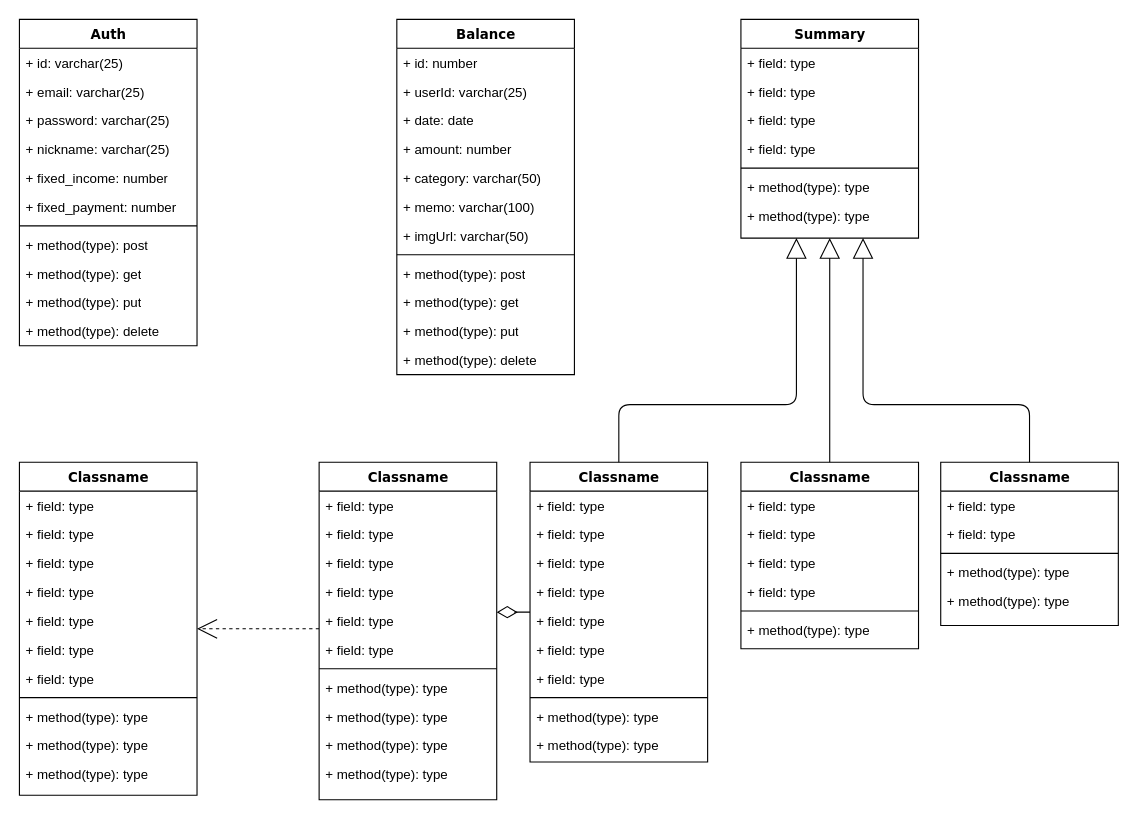
Before: 제목 없는 다이어그램.drawio in KB-samwamoney/samwamoney, a draw.io diagram. Source tidied: cells renumbered, new cells numbered last; positions are measured from the earlier drawing's top-left corner, leaving out a move shared by most shapes. Both pictures are drawn from the tidied source at 111%, with x=0, y=0 at pixel (19, 19).
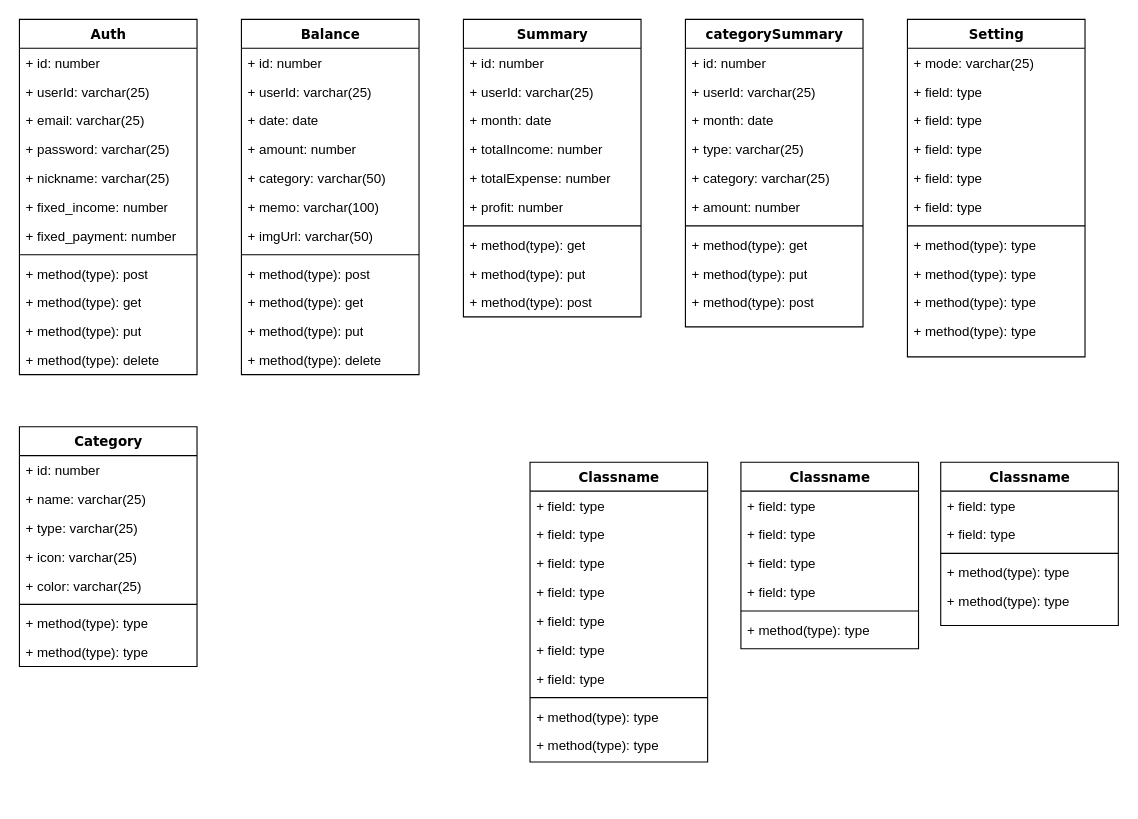
Above is the later version.

Commit message (it also covers changes not shown here):
제목 없는 다이어그램.drawio 업데이트

Unchanged cells that the change refers to:
```xml
<mxCell id="62" value="Classname" style="swimlane;html=1;fontStyle=1;align=center;verticalAlign=top;horizontal=1;startSize=26;swimlaneFillColor=#ffffff;rounded=0;shadow=0;comic=0;labelBackgroundColor=none;strokeWidth=1;fillColor=none;fontFamily=Verdana;fontSize=12;" parent="1" vertex="1">
  <mxGeometry x="460" y="399" width="160" height="270" as="geometry" />
</mxCell>
<mxCell id="74" value="Classname" style="swimlane;html=1;fontStyle=1;align=center;verticalAlign=top;horizontal=1;startSize=26;swimlaneFillColor=#ffffff;rounded=0;shadow=0;comic=0;labelBackgroundColor=none;strokeWidth=1;fillColor=none;fontFamily=Verdana;fontSize=12;" parent="1" vertex="1">
  <mxGeometry x="650" y="399" width="160" height="168" as="geometry" />
</mxCell>
<mxCell id="82" value="Classname" style="swimlane;html=1;fontStyle=1;align=center;verticalAlign=top;horizontal=1;startSize=26;swimlaneFillColor=#ffffff;rounded=0;shadow=0;comic=0;labelBackgroundColor=none;strokeWidth=1;fillColor=none;fontFamily=Verdana;fontSize=12;" parent="1" vertex="1">
  <mxGeometry x="830" y="399" width="160" height="147" as="geometry" />
</mxCell>
```

What changed in the source:
```diff
@@
     <mxCell id="2" value="Auth" style="swimlane;html=1;fontStyle=1;align=center;verticalAlign=top;horizontal=1;startSize=26;swimlaneFillColor=#ffffff;rounded=0;shadow=0;comic=0;labelBackgroundColor=none;strokeWidth=1;fillColor=none;fontFamily=Verdana;fontSize=12;" parent="1" vertex="1">
-      <mxGeometry width="160" height="294" as="geometry" />
+      <mxGeometry width="160" height="320" as="geometry" />
     </mxCell>
+    <mxCell id="88" value="+ id: number" style="text;html=1;strokeColor=none;fillColor=none;align=left;verticalAlign=top;spacingLeft=4;spacingRight=4;whiteSpace=wrap;overflow=hidden;" parent="2" vertex="1">
+      <mxGeometry y="26" width="160" height="26" as="geometry" />
+    </mxCell>
-    <mxCell id="3" value="+ id: varchar(25)" style="text;html=1;strokeColor=none;fillColor=none;align=left;verticalAlign=top;spacingLeft=4;spacingRight=4;whiteSpace=wrap;overflow=hidden;" parent="2" vertex="1">
-      <mxGeometry y="26" width="160" height="26" as="geometry" />
+    <mxCell id="3" value="+ userId: varchar(25)" style="text;html=1;strokeColor=none;fillColor=none;align=left;verticalAlign=top;spacingLeft=4;spacingRight=4;whiteSpace=wrap;overflow=hidden;" parent="2" vertex="1">
+      <mxGeometry y="52" width="160" height="26" as="geometry" />
     </mxCell>
     <mxCell id="4" value="+ email: varchar(25)" style="text;html=1;strokeColor=none;fillColor=none;align=left;verticalAlign=top;spacingLeft=4;spacingRight=4;whiteSpace=wrap;overflow=hidden;" parent="2" vertex="1">
-      <mxGeometry y="52" width="160" height="26" as="geometry" />
+      <mxGeometry y="78" width="160" height="26" as="geometry" />
     </mxCell>
     <mxCell id="5" value="+ password: varchar(25)" style="text;html=1;strokeColor=none;fillColor=none;align=left;verticalAlign=top;spacingLeft=4;spacingRight=4;whiteSpace=wrap;overflow=hidden;" parent="2" vertex="1">
-      <mxGeometry y="78" width="160" height="26" as="geometry" />
+      <mxGeometry y="104" width="160" height="26" as="geometry" />
     </mxCell>
     <mxCell id="6" value="+ nickname: varchar(25)" style="text;html=1;strokeColor=none;fillColor=none;align=left;verticalAlign=top;spacingLeft=4;spacingRight=4;whiteSpace=wrap;overflow=hidden;" parent="2" vertex="1">
-      <mxGeometry y="104" width="160" height="26" as="geometry" />
+      <mxGeometry y="130" width="160" height="26" as="geometry" />
     </mxCell>
     <mxCell id="7" value="+ fixed_income: number" style="text;html=1;strokeColor=none;fillColor=none;align=left;verticalAlign=top;spacingLeft=4;spacingRight=4;whiteSpace=wrap;overflow=hidden;" parent="2" vertex="1">
-      <mxGeometry y="130" width="160" height="26" as="geometry" />
+      <mxGeometry y="156" width="160" height="26" as="geometry" />
     </mxCell>
     <mxCell id="8" value="+ fixed_payment: number" style="text;html=1;strokeColor=none;fillColor=none;align=left;verticalAlign=top;spacingLeft=4;spacingRight=4;whiteSpace=wrap;overflow=hidden;" parent="2" vertex="1">
-      <mxGeometry y="156" width="160" height="26" as="geometry" />
+      <mxGeometry y="182" width="160" height="26" as="geometry" />
     </mxCell>
     <mxCell id="9" style="line;html=1;strokeWidth=1;fillColor=none;align=left;verticalAlign=middle;spacingTop=-1;spacingLeft=3;spacingRight=3;labelPosition=right;" parent="2" vertex="1">
-      <mxGeometry y="182" width="160" height="8" as="geometry" />
+      <mxGeometry y="208" width="160" height="8" as="geometry" />
     </mxCell>
     <mxCell id="10" value="+ method(type): post" style="text;html=1;strokeColor=none;fillColor=none;align=left;verticalAlign=top;spacingLeft=4;spacingRight=4;whiteSpace=wrap;overflow=hidden;" parent="2" vertex="1">
-      <mxGeometry y="190" width="160" height="26" as="geometry" />
+      <mxGeometry y="216" width="160" height="26" as="geometry" />
     </mxCell>
     <mxCell id="11" value="+ method(type): get" style="text;html=1;strokeColor=none;fillColor=none;align=left;verticalAlign=top;spacingLeft=4;spacingRight=4;whiteSpace=wrap;overflow=hidden;" parent="2" vertex="1">
-      <mxGeometry y="216" width="160" height="26" as="geometry" />
+      <mxGeometry y="242" width="160" height="26" as="geometry" />
     </mxCell>
     <mxCell id="12" value="+ method(type): put" style="text;html=1;strokeColor=none;fillColor=none;align=left;verticalAlign=top;spacingLeft=4;spacingRight=4;whiteSpace=wrap;overflow=hidden;" parent="2" vertex="1">
-      <mxGeometry y="242" width="160" height="26" as="geometry" />
+      <mxGeometry y="268" width="160" height="26" as="geometry" />
     </mxCell>
     <mxCell id="13" value="+ method(type): delete" style="text;html=1;strokeColor=none;fillColor=none;align=left;verticalAlign=top;spacingLeft=4;spacingRight=4;whiteSpace=wrap;overflow=hidden;" parent="2" vertex="1">
-      <mxGeometry y="268" width="160" height="26" as="geometry" />
+      <mxGeometry y="294" width="160" height="26" as="geometry" />
     </mxCell>
     <mxCell id="14" value="Balance" style="swimlane;html=1;fontStyle=1;align=center;verticalAlign=top;horizontal=1;startSize=26;swimlaneFillColor=#ffffff;rounded=0;shadow=0;comic=0;labelBackgroundColor=none;strokeWidth=1;fillColor=none;fontFamily=Verdana;fontSize=12;" parent="1" vertex="1">
-      <mxGeometry x="340" width="160" height="320" as="geometry" />
+      <mxGeometry x="200" width="160" height="320" as="geometry" />
     </mxCell>
@@
     <mxCell id="27" value="Summary" style="swimlane;html=1;fontStyle=1;align=center;verticalAlign=top;horizontal=1;startSize=26;swimlaneFillColor=#ffffff;rounded=0;shadow=0;comic=0;labelBackgroundColor=none;strokeWidth=1;fillColor=none;fontFamily=Verdana;fontSize=12;" parent="1" vertex="1">
-      <mxGeometry x="650" width="160" height="197" as="geometry" />
+      <mxGeometry x="400" width="160" height="268" as="geometry" />
     </mxCell>
+    <mxCell id="89" value="+ id: number" style="text;html=1;strokeColor=none;fillColor=none;align=left;verticalAlign=top;spacingLeft=4;spacingRight=4;whiteSpace=wrap;overflow=hidden;" parent="27" vertex="1">
+      <mxGeometry y="26" width="160" height="26" as="geometry" />
+    </mxCell>
+    <mxCell id="90" value="+ userId: varchar(25)" style="text;html=1;strokeColor=none;fillColor=none;align=left;verticalAlign=top;spacingLeft=4;spacingRight=4;whiteSpace=wrap;overflow=hidden;" parent="27" vertex="1">
+      <mxGeometry y="52" width="160" height="26" as="geometry" />
+    </mxCell>
-    <mxCell id="28" value="+ field: type" style="text;html=1;strokeColor=none;fillColor=none;align=left;verticalAlign=top;spacingLeft=4;spacingRight=4;whiteSpace=wrap;overflow=hidden;" parent="27" vertex="1">
-      <mxGeometry y="26" width="160" height="26" as="geometry" />
+    <mxCell id="28" value="+ month: date" style="text;html=1;strokeColor=none;fillColor=none;align=left;verticalAlign=top;spacingLeft=4;spacingRight=4;whiteSpace=wrap;overflow=hidden;" parent="27" vertex="1">
+      <mxGeometry y="78" width="160" height="26" as="geometry" />
     </mxCell>
-    <mxCell id="29" value="+ field: type" style="text;html=1;strokeColor=none;fillColor=none;align=left;verticalAlign=top;spacingLeft=4;spacingRight=4;whiteSpace=wrap;overflow=hidden;" parent="27" vertex="1">
-      <mxGeometry y="52" width="160" height="26" as="geometry" />
+    <mxCell id="29" value="+ totalIncome: number" style="text;html=1;strokeColor=none;fillColor=none;align=left;verticalAlign=top;spacingLeft=4;spacingRight=4;whiteSpace=wrap;overflow=hidden;" parent="27" vertex="1">
+      <mxGeometry y="104" width="160" height="26" as="geometry" />
     </mxCell>
-    <mxCell id="30" value="+ field: type" style="text;html=1;strokeColor=none;fillColor=none;align=left;verticalAlign=top;spacingLeft=4;spacingRight=4;whiteSpace=wrap;overflow=hidden;" parent="27" vertex="1">
-      <mxGeometry y="78" width="160" height="26" as="geometry" />
+    <mxCell id="30" value="+ totalExpense: number" style="text;html=1;strokeColor=none;fillColor=none;align=left;verticalAlign=top;spacingLeft=4;spacingRight=4;whiteSpace=wrap;overflow=hidden;" parent="27" vertex="1">
+      <mxGeometry y="130" width="160" height="26" as="geometry" />
     </mxCell>
-    <mxCell id="31" value="+ field: type" style="text;html=1;strokeColor=none;fillColor=none;align=left;verticalAlign=top;spacingLeft=4;spacingRight=4;whiteSpace=wrap;overflow=hidden;" parent="27" vertex="1">
-      <mxGeometry y="104" width="160" height="26" as="geometry" />
+    <mxCell id="31" value="+ profit: number" style="text;html=1;strokeColor=none;fillColor=none;align=left;verticalAlign=top;spacingLeft=4;spacingRight=4;whiteSpace=wrap;overflow=hidden;" parent="27" vertex="1">
+      <mxGeometry y="156" width="160" height="26" as="geometry" />
     </mxCell>
     <mxCell id="32" style="line;html=1;strokeWidth=1;fillColor=none;align=left;verticalAlign=middle;spacingTop=-1;spacingLeft=3;spacingRight=3;labelPosition=right;" parent="27" vertex="1">
-      <mxGeometry y="130" width="160" height="8" as="geometry" />
+      <mxGeometry y="182" width="160" height="8" as="geometry" />
     </mxCell>
-    <mxCell id="33" value="+ method(type): type" style="text;html=1;strokeColor=none;fillColor=none;align=left;verticalAlign=top;spacingLeft=4;spacingRight=4;whiteSpace=wrap;overflow=hidden;" parent="27" vertex="1">
-      <mxGeometry y="138" width="160" height="26" as="geometry" />
+    <mxCell id="33" value="+ method(type): get" style="text;html=1;strokeColor=none;fillColor=none;align=left;verticalAlign=top;spacingLeft=4;spacingRight=4;whiteSpace=wrap;overflow=hidden;" parent="27" vertex="1">
+      <mxGeometry y="190" width="160" height="26" as="geometry" />
     </mxCell>
-    <mxCell id="34" value="+ method(type): type" style="text;html=1;strokeColor=none;fillColor=none;align=left;verticalAlign=top;spacingLeft=4;spacingRight=4;whiteSpace=wrap;overflow=hidden;" parent="27" vertex="1">
-      <mxGeometry y="164" width="160" height="26" as="geometry" />
+    <mxCell id="34" value="+ method(type): put" style="text;html=1;strokeColor=none;fillColor=none;align=left;verticalAlign=top;spacingLeft=4;spacingRight=4;whiteSpace=wrap;overflow=hidden;" parent="27" vertex="1">
+      <mxGeometry y="216" width="160" height="26" as="geometry" />
     </mxCell>
-    <mxCell id="35" style="edgeStyle=elbowEdgeStyle;html=1;labelBackgroundColor=none;startFill=0;startSize=8;endArrow=open;endFill=0;endSize=16;fontFamily=Verdana;fontSize=12;elbow=vertical;dashed=1;" parent="1" edge="1" source="49" target="36">
-      <mxGeometry relative="1" as="geometry" />
-    </mxCell>
+    <mxCell id="91" value="+ method(type): post&lt;div&gt;&lt;br&gt;&lt;/div&gt;" style="text;html=1;strokeColor=none;fillColor=none;align=left;verticalAlign=top;spacingLeft=4;spacingRight=4;whiteSpace=wrap;overflow=hidden;" parent="27" vertex="1">
+      <mxGeometry y="242" width="160" height="26" as="geometry" />
+    </mxCell>
-    <mxCell id="36" value="Classname" style="swimlane;html=1;fontStyle=1;align=center;verticalAlign=top;horizontal=1;startSize=26;swimlaneFillColor=#ffffff;rounded=0;shadow=0;comic=0;labelBackgroundColor=none;strokeWidth=1;fillColor=none;fontFamily=Verdana;fontSize=12;" parent="1" vertex="1">
-      <mxGeometry y="399" width="160" height="300" as="geometry" />
+    <mxCell id="36" value="categorySummary" style="swimlane;html=1;fontStyle=1;align=center;verticalAlign=top;horizontal=1;startSize=26;swimlaneFillColor=#ffffff;rounded=0;shadow=0;comic=0;labelBackgroundColor=none;strokeWidth=1;fillColor=none;fontFamily=Verdana;fontSize=12;" parent="1" vertex="1">
+      <mxGeometry x="600" width="160" height="277" as="geometry" />
     </mxCell>
+    <mxCell id="92" value="+ id: number" style="text;html=1;strokeColor=none;fillColor=none;align=left;verticalAlign=top;spacingLeft=4;spacingRight=4;whiteSpace=wrap;overflow=hidden;" parent="36" vertex="1">
+      <mxGeometry y="26" width="160" height="26" as="geometry" />
+    </mxCell>
+    <mxCell id="93" value="+ userId: varchar(25)" style="text;html=1;strokeColor=none;fillColor=none;align=left;verticalAlign=top;spacingLeft=4;spacingRight=4;whiteSpace=wrap;overflow=hidden;" parent="36" vertex="1">
+      <mxGeometry y="52" width="160" height="26" as="geometry" />
+    </mxCell>
-    <mxCell id="37" value="+ field: type" style="text;html=1;strokeColor=none;fillColor=none;align=left;verticalAlign=top;spacingLeft=4;spacingRight=4;whiteSpace=wrap;overflow=hidden;" parent="36" vertex="1">
-      <mxGeometry y="26" width="160" height="26" as="geometry" />
+    <mxCell id="37" value="+ month: date" style="text;html=1;strokeColor=none;fillColor=none;align=left;verticalAlign=top;spacingLeft=4;spacingRight=4;whiteSpace=wrap;overflow=hidden;" parent="36" vertex="1">
+      <mxGeometry y="78" width="160" height="26" as="geometry" />
     </mxCell>
-    <mxCell id="38" value="+ field: type" style="text;html=1;strokeColor=none;fillColor=none;align=left;verticalAlign=top;spacingLeft=4;spacingRight=4;whiteSpace=wrap;overflow=hidden;" parent="36" vertex="1">
-      <mxGeometry y="52" width="160" height="26" as="geometry" />
+    <mxCell id="38" value="+ type: varchar(25)" style="text;html=1;strokeColor=none;fillColor=none;align=left;verticalAlign=top;spacingLeft=4;spacingRight=4;whiteSpace=wrap;overflow=hidden;" parent="36" vertex="1">
+      <mxGeometry y="104" width="160" height="26" as="geometry" />
     </mxCell>
-    <mxCell id="39" value="+ field: type" style="text;html=1;strokeColor=none;fillColor=none;align=left;verticalAlign=top;spacingLeft=4;spacingRight=4;whiteSpace=wrap;overflow=hidden;" parent="36" vertex="1">
-      <mxGeometry y="78" width="160" height="26" as="geometry" />
+    <mxCell id="39" value="+ category: varchar(25)" style="text;html=1;strokeColor=none;fillColor=none;align=left;verticalAlign=top;spacingLeft=4;spacingRight=4;whiteSpace=wrap;overflow=hidden;" parent="36" vertex="1">
+      <mxGeometry y="130" width="160" height="26" as="geometry" />
     </mxCell>
-    <mxCell id="40" value="+ field: type" style="text;html=1;strokeColor=none;fillColor=none;align=left;verticalAlign=top;spacingLeft=4;spacingRight=4;whiteSpace=wrap;overflow=hidden;" parent="36" vertex="1">
-      <mxGeometry y="104" width="160" height="26" as="geometry" />
+    <mxCell id="40" value="+ amount: number" style="text;html=1;strokeColor=none;fillColor=none;align=left;verticalAlign=top;spacingLeft=4;spacingRight=4;whiteSpace=wrap;overflow=hidden;" parent="36" vertex="1">
+      <mxGeometry y="156" width="160" height="26" as="geometry" />
     </mxCell>
-    <mxCell id="41" value="+ field: type" style="text;html=1;strokeColor=none;fillColor=none;align=left;verticalAlign=top;spacingLeft=4;spacingRight=4;whiteSpace=wrap;overflow=hidden;" parent="36" vertex="1">
-      <mxGeometry y="130" width="160" height="26" as="geometry" />
-    </mxCell>
-    <mxCell id="42" value="+ field: type" style="text;html=1;strokeColor=none;fillColor=none;align=left;verticalAlign=top;spacingLeft=4;spacingRight=4;whiteSpace=wrap;overflow=hidden;" parent="36" vertex="1">
-      <mxGeometry y="156" width="160" height="26" as="geometry" />
-    </mxCell>
-    <mxCell id="43" value="+ field: type" style="text;html=1;strokeColor=none;fillColor=none;align=left;verticalAlign=top;spacingLeft=4;spacingRight=4;whiteSpace=wrap;overflow=hidden;" parent="36" vertex="1">
-      <mxGeometry y="182" width="160" height="26" as="geometry" />
-    </mxCell>
     <mxCell id="44" style="line;html=1;strokeWidth=1;fillColor=none;align=left;verticalAlign=middle;spacingTop=-1;spacingLeft=3;spacingRight=3;labelPosition=right;" parent="36" vertex="1">
-      <mxGeometry y="208" width="160" height="8" as="geometry" />
+      <mxGeometry y="182" width="160" height="8" as="geometry" />
     </mxCell>
-    <mxCell id="45" value="+ method(type): type" style="text;html=1;strokeColor=none;fillColor=none;align=left;verticalAlign=top;spacingLeft=4;spacingRight=4;whiteSpace=wrap;overflow=hidden;" parent="36" vertex="1">
-      <mxGeometry y="216" width="160" height="26" as="geometry" />
+    <mxCell id="45" value="+ method(type): get" style="text;html=1;strokeColor=none;fillColor=none;align=left;verticalAlign=top;spacingLeft=4;spacingRight=4;whiteSpace=wrap;overflow=hidden;" parent="36" vertex="1">
+      <mxGeometry y="190" width="160" height="26" as="geometry" />
     </mxCell>
-    <mxCell id="46" value="+ method(type): type" style="text;html=1;strokeColor=none;fillColor=none;align=left;verticalAlign=top;spacingLeft=4;spacingRight=4;whiteSpace=wrap;overflow=hidden;" parent="36" vertex="1">
-      <mxGeometry y="242" width="160" height="26" as="geometry" />
+    <mxCell id="46" value="+ method(type): put" style="text;html=1;strokeColor=none;fillColor=none;align=left;verticalAlign=top;spacingLeft=4;spacingRight=4;whiteSpace=wrap;overflow=hidden;" parent="36" vertex="1">
+      <mxGeometry y="216" width="160" height="26" as="geometry" />
     </mxCell>
-    <mxCell id="47" value="+ method(type): type" style="text;html=1;strokeColor=none;fillColor=none;align=left;verticalAlign=top;spacingLeft=4;spacingRight=4;whiteSpace=wrap;overflow=hidden;" parent="36" vertex="1">
-      <mxGeometry y="268" width="160" height="26" as="geometry" />
+    <mxCell id="47" value="+ method(type): post" style="text;html=1;strokeColor=none;fillColor=none;align=left;verticalAlign=top;spacingLeft=4;spacingRight=4;whiteSpace=wrap;overflow=hidden;" parent="36" vertex="1">
+      <mxGeometry y="242" width="160" height="26" as="geometry" />
     </mxCell>
-    <mxCell id="48" style="edgeStyle=elbowEdgeStyle;html=1;labelBackgroundColor=none;startFill=0;startSize=8;endArrow=diamondThin;endFill=0;endSize=16;fontFamily=Verdana;fontSize=12;elbow=vertical;" parent="1" edge="1" source="62" target="49">
-      <mxGeometry relative="1" as="geometry" />
-    </mxCell>
-    <mxCell id="49" value="Classname" style="swimlane;html=1;fontStyle=1;align=center;verticalAlign=top;horizontal=1;startSize=26;swimlaneFillColor=#ffffff;rounded=0;shadow=0;comic=0;labelBackgroundColor=none;strokeWidth=1;fillColor=none;fontFamily=Verdana;fontSize=12;" parent="1" vertex="1">
-      <mxGeometry x="270" y="399" width="160" height="304" as="geometry" />
+    <mxCell id="49" value="Setting" style="swimlane;html=1;fontStyle=1;align=center;verticalAlign=top;horizontal=1;startSize=26;swimlaneFillColor=#ffffff;rounded=0;shadow=0;comic=0;labelBackgroundColor=none;strokeWidth=1;fillColor=none;fontFamily=Verdana;fontSize=12;" parent="1" vertex="1">
+      <mxGeometry x="800" width="160" height="304" as="geometry" />
     </mxCell>
-    <mxCell id="50" value="+ field: type" style="text;html=1;strokeColor=none;fillColor=none;align=left;verticalAlign=top;spacingLeft=4;spacingRight=4;whiteSpace=wrap;overflow=hidden;" parent="49" vertex="1">
+    <mxCell id="50" value="+ mode: varchar(25)" style="text;html=1;strokeColor=none;fillColor=none;align=left;verticalAlign=top;spacingLeft=4;spacingRight=4;whiteSpace=wrap;overflow=hidden;" parent="49" vertex="1">
       <mxGeometry y="26" width="160" height="26" as="geometry" />
     </mxCell>
@@
-    <mxCell id="61" style="edgeStyle=orthogonalEdgeStyle;html=1;labelBackgroundColor=none;startFill=0;startSize=8;endArrow=block;endFill=0;endSize=16;fontFamily=Verdana;fontSize=12;" parent="1" edge="1" source="62" target="27">
-      <mxGeometry relative="1" as="geometry">
-        <Array as="points">
-          <mxPoint x="540" y="347" />
-          <mxPoint x="700" y="347" />
-        </Array>
-      </mxGeometry>
-    </mxCell>
@@
-    <mxCell id="73" style="edgeStyle=orthogonalEdgeStyle;html=1;labelBackgroundColor=none;startFill=0;startSize=8;endArrow=block;endFill=0;endSize=16;fontFamily=Verdana;fontSize=12;" parent="1" edge="1" source="74" target="27">
-      <mxGeometry relative="1" as="geometry" />
-    </mxCell>
@@
-    <mxCell id="81" style="edgeStyle=orthogonalEdgeStyle;html=1;labelBackgroundColor=none;startFill=0;startSize=8;endArrow=block;endFill=0;endSize=16;fontFamily=Verdana;fontSize=12;" parent="1" edge="1" source="82" target="27">
-      <mxGeometry relative="1" as="geometry">
-        <Array as="points">
-          <mxPoint x="910" y="347" />
-          <mxPoint x="760" y="347" />
-        </Array>
-      </mxGeometry>
-    </mxCell>
@@
+    <mxCell id="94" value="Category" style="swimlane;html=1;fontStyle=1;align=center;verticalAlign=top;horizontal=1;startSize=26;swimlaneFillColor=#ffffff;rounded=0;shadow=0;comic=0;labelBackgroundColor=none;strokeWidth=1;fillColor=none;fontFamily=Verdana;fontSize=12;" parent="1" vertex="1">
+      <mxGeometry y="367" width="160" height="216" as="geometry" />
+    </mxCell>
+    <mxCell id="95" value="+ id: number" style="text;html=1;strokeColor=none;fillColor=none;align=left;verticalAlign=top;spacingLeft=4;spacingRight=4;whiteSpace=wrap;overflow=hidden;" parent="94" vertex="1">
+      <mxGeometry y="26" width="160" height="26" as="geometry" />
+    </mxCell>
+    <mxCell id="96" value="+ name: varchar(25)" style="text;html=1;strokeColor=none;fillColor=none;align=left;verticalAlign=top;spacingLeft=4;spacingRight=4;whiteSpace=wrap;overflow=hidden;" parent="94" vertex="1">
+      <mxGeometry y="52" width="160" height="26" as="geometry" />
+    </mxCell>
+    <mxCell id="97" value="+ type: varchar(25)" style="text;html=1;strokeColor=none;fillColor=none;align=left;verticalAlign=top;spacingLeft=4;spacingRight=4;whiteSpace=wrap;overflow=hidden;" parent="94" vertex="1">
+      <mxGeometry y="78" width="160" height="26" as="geometry" />
+    </mxCell>
+    <mxCell id="98" value="+ icon: varchar(25)" style="text;html=1;strokeColor=none;fillColor=none;align=left;verticalAlign=top;spacingLeft=4;spacingRight=4;whiteSpace=wrap;overflow=hidden;" parent="94" vertex="1">
+      <mxGeometry y="104" width="160" height="26" as="geometry" />
+    </mxCell>
+    <mxCell id="99" value="+ color: varchar(25)" style="text;html=1;strokeColor=none;fillColor=none;align=left;verticalAlign=top;spacingLeft=4;spacingRight=4;whiteSpace=wrap;overflow=hidden;" parent="94" vertex="1">
+      <mxGeometry y="130" width="160" height="26" as="geometry" />
+    </mxCell>
+    <mxCell id="100" style="line;html=1;strokeWidth=1;fillColor=none;align=left;verticalAlign=middle;spacingTop=-1;spacingLeft=3;spacingRight=3;labelPosition=right;" parent="94" vertex="1">
+      <mxGeometry y="156" width="160" height="8" as="geometry" />
+    </mxCell>
+    <mxCell id="101" value="+ method(type): type" style="text;html=1;strokeColor=none;fillColor=none;align=left;verticalAlign=top;spacingLeft=4;spacingRight=4;whiteSpace=wrap;overflow=hidden;" parent="94" vertex="1">
+      <mxGeometry y="164" width="160" height="26" as="geometry" />
+    </mxCell>
+    <mxCell id="102" value="+ method(type): type" style="text;html=1;strokeColor=none;fillColor=none;align=left;verticalAlign=top;spacingLeft=4;spacingRight=4;whiteSpace=wrap;overflow=hidden;" parent="94" vertex="1">
+      <mxGeometry y="190" width="160" height="26" as="geometry" />
+    </mxCell>
```
